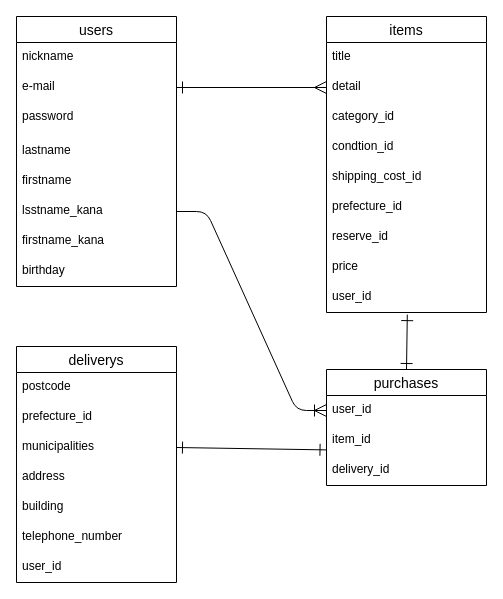
Before: furima.dio in nininishishishi/furima-38733, a draw.io diagram. Source tidied: cells renumbered, new cells numbered last; positions are measured from the earlier drawing's top-left corner, leaving out a move shared by most shapes. Both pictures are drawn from the tidied source at 100%, with x=0, y=0 at pixel (16, 16).
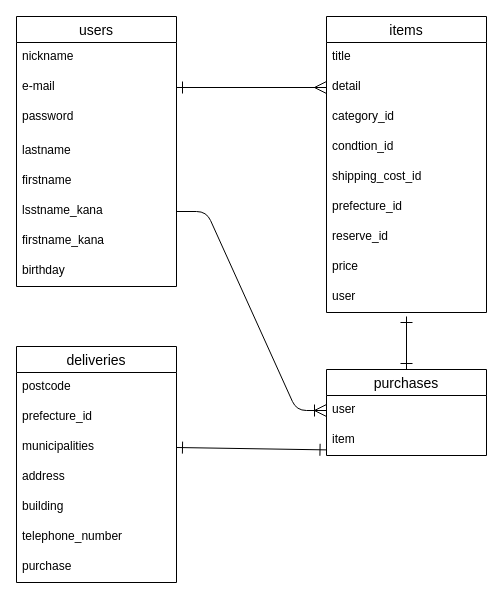
Above is the later version.

Commit message (it also covers changes not shown here):
レビュー依頼（データベース設計）#4

The change refers to these unchanged cells:
```xml
<mxCell id="3" value="items" style="swimlane;fontStyle=0;horizontal=1;startSize=26;align=center;fontSize=14;" parent="1" vertex="1">
  <mxGeometry x="310" width="160" height="296" as="geometry" />
</mxCell>
```

The edit, as a diff of the source:
```diff
@@
-    <mxCell id="12" value="user_id" style="text;strokeColor=none;fillColor=none;spacingLeft=4;spacingRight=4;overflow=hidden;points=[[0,0.5],[1,0.5]];portConstraint=eastwest;fontSize=12;" parent="3" vertex="1">
+    <mxCell id="12" value="user" style="text;strokeColor=none;fillColor=none;spacingLeft=4;spacingRight=4;overflow=hidden;points=[[0,0.5],[1,0.5]];portConstraint=eastwest;fontSize=12;" parent="3" vertex="1">
       <mxGeometry y="266" width="160" height="30" as="geometry" />
     </mxCell>
@@
-    <mxCell id="22" value="deliverys" style="swimlane;fontStyle=0;horizontal=1;startSize=26;align=center;fontSize=14;" parent="1" vertex="1">
+    <mxCell id="22" value="deliveries" style="swimlane;fontStyle=0;horizontal=1;startSize=26;align=center;fontSize=14;" parent="1" vertex="1">
       <mxGeometry y="330" width="160" height="236" as="geometry" />
     </mxCell>
@@
-    <mxCell id="29" value="user_id" style="text;strokeColor=none;fillColor=none;spacingLeft=4;spacingRight=4;overflow=hidden;fontSize=12;" parent="22" vertex="1">
+    <mxCell id="29" value="purchase" style="text;strokeColor=none;fillColor=none;spacingLeft=4;spacingRight=4;overflow=hidden;fontSize=12;" parent="22" vertex="1">
       <mxGeometry y="206" width="160" height="30" as="geometry" />
     </mxCell>
@@
-    <mxCell id="32" style="edgeStyle=none;html=1;exitX=0.5;exitY=0;exitDx=0;exitDy=0;entryX=0.505;entryY=1.071;entryDx=0;entryDy=0;entryPerimeter=0;startArrow=ERone;startFill=0;endArrow=ERone;endFill=0;startSize=10;endSize=10;" parent="1" edge="1" source="33" target="12">
-      <mxGeometry relative="1" as="geometry" />
+    <mxCell id="32" style="edgeStyle=none;html=1;exitX=0.5;exitY=0;exitDx=0;exitDy=0;startArrow=ERone;startFill=0;endArrow=ERone;endFill=0;startSize=10;endSize=10;" parent="1" edge="1" source="33">
+      <mxGeometry relative="1" as="geometry">
+        <mxPoint x="390" y="300" as="targetPoint" />
+      </mxGeometry>
     </mxCell>
     <mxCell id="33" value="purchases" style="swimlane;fontStyle=0;horizontal=1;startSize=26;align=center;fontSize=14;" parent="1" vertex="1">
-      <mxGeometry x="310" y="353" width="160" height="116" as="geometry" />
+      <mxGeometry x="310" y="353" width="160" height="86" as="geometry" />
     </mxCell>
-    <mxCell id="34" value="user_id" style="text;strokeColor=none;fillColor=none;spacingLeft=4;spacingRight=4;overflow=hidden;points=[[0,0.5],[1,0.5]];portConstraint=eastwest;fontSize=12;" parent="33" vertex="1">
+    <mxCell id="34" value="user" style="text;strokeColor=none;fillColor=none;spacingLeft=4;spacingRight=4;overflow=hidden;points=[[0,0.5],[1,0.5]];portConstraint=eastwest;fontSize=12;" parent="33" vertex="1">
       <mxGeometry y="26" width="160" height="30" as="geometry" />
     </mxCell>
-    <mxCell id="35" value="item_id" style="text;strokeColor=none;fillColor=none;spacingLeft=4;spacingRight=4;overflow=hidden;points=[[0,0.5],[1,0.5]];portConstraint=eastwest;fontSize=12;" parent="33" vertex="1">
+    <mxCell id="35" value="item" style="text;strokeColor=none;fillColor=none;spacingLeft=4;spacingRight=4;overflow=hidden;points=[[0,0.5],[1,0.5]];portConstraint=eastwest;fontSize=12;" parent="33" vertex="1">
       <mxGeometry y="56" width="160" height="30" as="geometry" />
     </mxCell>
-    <mxCell id="36" value="delivery_id" style="text;strokeColor=none;fillColor=none;spacingLeft=4;spacingRight=4;overflow=hidden;fontSize=12;" parent="33" vertex="1">
-      <mxGeometry y="86" width="160" height="30" as="geometry" />
-    </mxCell>
```
